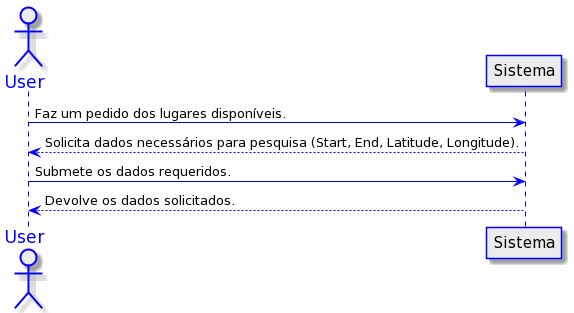
Above: Documentos/3_APICentral(iParkPro)/UC3/UC3SSD.png in UPskillDOTNET/SapienSoft (PlantUML), before the change. The source it was exported from:
```plantuml
@startuml
actor User

skinparam sequence {
ArrowColor Blue
ActorBorderColor Blue
LifeLineBorderColor blue
LifeLineBackgroundColor #ECECEC
ParticipantBorderColor Blue
ParticipantBackgroundColor #ECECEC
ParticipantFontName Impact
ParticipantFontSize 15
ParticipantFontColor black
ActorBackgroundColor #ECECEC
ActorFontColor Blue
ActorFontSize 17
ActorFontName Aapex
}

User -> Sistema: Faz um pedido dos lugares disponíveis.
Sistema--> User: Solicita dados necessários para pesquisa (Start, End, Latitude, Longitude).
User -> Sistema: Submete os dados requeridos.
Sistema--> User: Devolve os dados solicitados.
@enduml
```
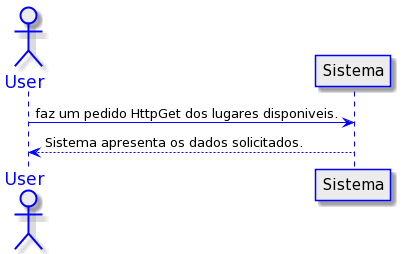
The same diagram one commit later.

Commit message:
UC3 ssd diagram added

What changed in the source:
```diff
@@ -1,24 +1,22 @@
 @startuml
 actor User
-
 skinparam sequence {
 ArrowColor Blue
 ActorBorderColor Blue
 LifeLineBorderColor blue
 LifeLineBackgroundColor #ECECEC
+
 ParticipantBorderColor Blue
 ParticipantBackgroundColor #ECECEC
 ParticipantFontName Impact
 ParticipantFontSize 15
 ParticipantFontColor black
+
 ActorBackgroundColor #ECECEC
 ActorFontColor Blue
 ActorFontSize 17
 ActorFontName Aapex
 }
-
-User -> Sistema: Faz um pedido dos lugares disponíveis.
-Sistema--> User: Solicita dados necessários para pesquisa (Start, End, Latitude, Longitude).
-User -> Sistema: Submete os dados requeridos.
-Sistema--> User: Devolve os dados solicitados.
+User -> Sistema: faz um pedido HttpGet dos lugares disponiveis.
+Sistema--> User: Sistema apresenta os dados solicitados.
 @enduml
```
